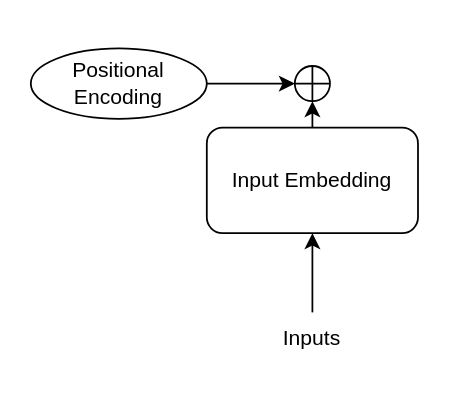
moonheart/deeplearning keeps this draw.io diagram as diagrams/deeplearningmodel.drawio. Above is the earlier version. Source tidied: cells renumbered, new cells numbered last; positions are measured from the earlier drawing's top-left corner, leaving out a move shared by most shapes. Both pictures are drawn from the tidied source at 176%, with x=0, y=0 at pixel (30, 48).
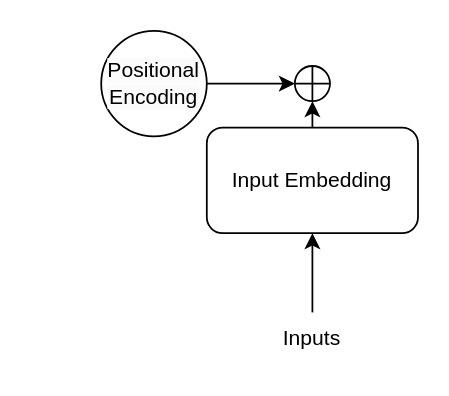
After the change.

Change to the diagram source:
```diff
@@
 <mxGraphModel>
   <root>
     <mxCell id="0" />
     <mxCell id="1" parent="0" />
     <mxCell id="2" style="edgeStyle=orthogonalEdgeStyle;rounded=0;jettySize=auto;html=1;exitX=0.5;exitY=0;exitDx=0;exitDy=0;entryX=0.5;entryY=1;entryDx=0;entryDy=0;" parent="1" edge="1" source="3" target="6">
       <mxGeometry relative="1" as="geometry" />
     </mxCell>
     <mxCell id="3" value="Input Embedding" style="rounded=1;whiteSpace=wrap;html=1;" parent="1" vertex="1">
       <mxGeometry x="100" y="45" width="120" height="60" as="geometry" />
     </mxCell>
     <mxCell id="4" style="endArrow=classic;html=1;rounded=0;entryX=0.5;entryY=1;entryDx=0;entryDy=0;" parent="1" edge="1" target="3">
       <mxGeometry relative="1" as="geometry">
         <mxPoint x="160" y="150" as="sourcePoint" />
       </mxGeometry>
     </mxCell>
     <mxCell id="5" value="Inputs" style="text;html=1;align=center;verticalAlign=middle;whiteSpace=wrap;rounded=0;" parent="1" vertex="1">
       <mxGeometry x="130" y="150" width="60" height="30" as="geometry" />
     </mxCell>
     <mxCell id="6" style="shape=orEllipse;perimeter=ellipsePerimeter;whiteSpace=wrap;html=1;backgroundOutline=1;" parent="1" vertex="1">
       <mxGeometry x="150" y="10" width="20" height="20" as="geometry" />
     </mxCell>
-    <mxCell id="7" style="edgeStyle=entityRelationEdgeStyle;rounded=0;jettySize=auto;html=1;startArrow=none;endArrow=classic;segment=10;curved=1;sourcePerimeterSpacing=0;targetPerimeterSpacing=0;entryX=0;entryY=0.5;entryDx=0;entryDy=0;endFill=1;" parent="1" edge="1" source="8" target="6">
-      <mxGeometry relative="1" as="geometry" />
+    <mxCell id="7" style="edgeStyle=entityRelationEdgeStyle;rounded=0;jettySize=auto;html=1;startArrow=none;endArrow=classic;segment=10;curved=1;sourcePerimeterSpacing=0;targetPerimeterSpacing=0;entryX=0;entryY=0.5;entryDx=0;entryDy=0;endFill=1;" parent="1" edge="1" target="6">
+      <mxGeometry relative="1" as="geometry">
+        <mxPoint x="100" y="20" as="sourcePoint" />
+      </mxGeometry>
     </mxCell>
-    <mxCell id="8" value="Positional&lt;div&gt;Encoding&lt;/div&gt;" style="ellipse;whiteSpace=wrap;html=1;align=center;newEdgeStyle={&quot;edgeStyle&quot;:&quot;entityRelationEdgeStyle&quot;,&quot;startArrow&quot;:&quot;none&quot;,&quot;endArrow&quot;:&quot;none&quot;,&quot;segment&quot;:10,&quot;curved&quot;:1,&quot;sourcePerimeterSpacing&quot;:0,&quot;targetPerimeterSpacing&quot;:0};" parent="1" vertex="1">
-      <mxGeometry width="100" height="40" as="geometry" />
+    <mxCell id="8" value="&lt;span style=&quot;color: rgb(0, 0, 0); font-family: Helvetica; font-size: 12px; font-style: normal; font-variant-ligatures: normal; font-variant-caps: normal; font-weight: 400; letter-spacing: normal; orphans: 2; text-align: center; text-indent: 0px; text-transform: none; widows: 2; word-spacing: 0px; -webkit-text-stroke-width: 0px; white-space: normal; background-color: rgb(251, 251, 251); text-decoration-thickness: initial; text-decoration-style: initial; text-decoration-color: initial; display: inline !important; float: none;&quot;&gt;Positional&lt;/span&gt;&lt;div style=&quot;forced-color-adjust: none; color: rgb(0, 0, 0); font-family: Helvetica; font-size: 12px; font-style: normal; font-variant-ligatures: normal; font-variant-caps: normal; font-weight: 400; letter-spacing: normal; orphans: 2; text-align: center; text-indent: 0px; text-transform: none; widows: 2; word-spacing: 0px; -webkit-text-stroke-width: 0px; white-space: normal; background-color: rgb(251, 251, 251); text-decoration-thickness: initial; text-decoration-style: initial; text-decoration-color: initial;&quot;&gt;Encoding&lt;/div&gt;" style="ellipse;whiteSpace=wrap;html=1;" parent="1" vertex="1">
+      <mxGeometry x="40" y="-10" width="60" height="60" as="geometry" />
     </mxCell>
   </root>
 </mxGraphModel>
```
